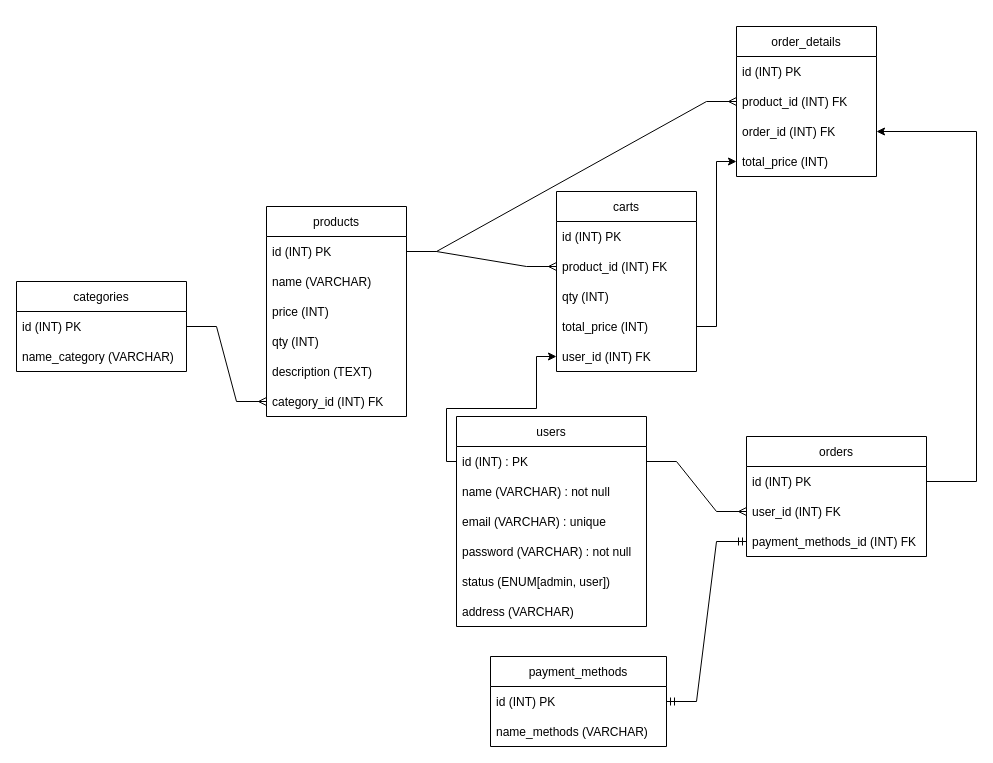
Above: ERD.drawio in ademawan/Back-End-Ecommers (draw.io), before the change. Source tidied: cells renumbered, new cells numbered last; positions are measured from the earlier drawing's top-left corner, leaving out a move shared by most shapes. Both pictures are drawn from the tidied source at 100%, with x=0, y=0 at pixel (16, 26).
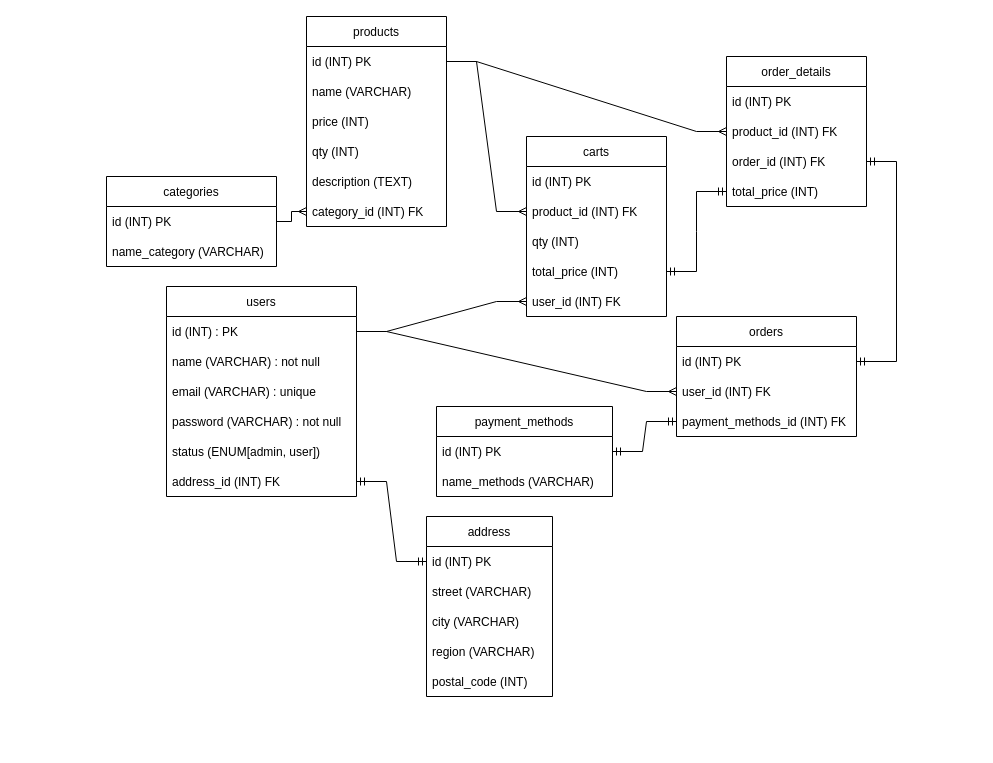
The same page after the edit.

The change refers to these unchanged cells:
```xml
<mxCell id="3" value="id (INT) : PK" style="text;strokeColor=none;fillColor=none;align=left;verticalAlign=middle;spacingLeft=4;spacingRight=4;overflow=hidden;points=[[0,0.5],[1,0.5]];portConstraint=eastwest;" parent="2" vertex="1">
  <mxGeometry y="30" width="190" height="30" as="geometry" />
</mxCell>
<mxCell id="15" value="category_id (INT) FK" style="text;strokeColor=none;fillColor=none;align=left;verticalAlign=middle;spacingLeft=4;spacingRight=4;overflow=hidden;points=[[0,0.5],[1,0.5]];portConstraint=eastwest;" parent="9" vertex="1">
  <mxGeometry y="180" width="140" height="30" as="geometry" />
</mxCell>
<mxCell id="20" value="total_price (INT)" style="text;strokeColor=none;fillColor=none;align=left;verticalAlign=middle;spacingLeft=4;spacingRight=4;overflow=hidden;points=[[0,0.5],[1,0.5]];portConstraint=eastwest;" parent="16" vertex="1">
  <mxGeometry y="120" width="140" height="30" as="geometry" />
</mxCell>
<mxCell id="21" value="user_id (INT) FK" style="text;strokeColor=none;fillColor=none;align=left;verticalAlign=middle;spacingLeft=4;spacingRight=4;overflow=hidden;points=[[0,0.5],[1,0.5]];portConstraint=eastwest;" parent="16" vertex="1">
  <mxGeometry y="150" width="140" height="30" as="geometry" />
</mxCell>
<mxCell id="23" value="id (INT) PK" style="text;strokeColor=none;fillColor=none;align=left;verticalAlign=middle;spacingLeft=4;spacingRight=4;overflow=hidden;points=[[0,0.5],[1,0.5]];portConstraint=eastwest;" parent="22" vertex="1">
  <mxGeometry y="30" width="180" height="30" as="geometry" />
</mxCell>
<mxCell id="25" value="payment_methods_id (INT) FK" style="text;strokeColor=none;fillColor=none;align=left;verticalAlign=middle;spacingLeft=4;spacingRight=4;overflow=hidden;points=[[0,0.5],[1,0.5]];portConstraint=eastwest;" parent="22" vertex="1">
  <mxGeometry y="90" width="180" height="30" as="geometry" />
</mxCell>
<mxCell id="27" value="id (INT) PK" style="text;strokeColor=none;fillColor=none;align=left;verticalAlign=middle;spacingLeft=4;spacingRight=4;overflow=hidden;points=[[0,0.5],[1,0.5]];portConstraint=eastwest;" parent="26" vertex="1">
  <mxGeometry y="30" width="170" height="30" as="geometry" />
</mxCell>
<mxCell id="37" value="order_id (INT) FK" style="text;strokeColor=none;fillColor=none;align=left;verticalAlign=middle;spacingLeft=4;spacingRight=4;overflow=hidden;points=[[0,0.5],[1,0.5]];portConstraint=eastwest;" parent="34" vertex="1">
  <mxGeometry y="90" width="140" height="30" as="geometry" />
</mxCell>
<mxCell id="38" value="total_price (INT)" style="text;strokeColor=none;fillColor=none;align=left;verticalAlign=middle;spacingLeft=4;spacingRight=4;overflow=hidden;points=[[0,0.5],[1,0.5]];portConstraint=eastwest;" parent="34" vertex="1">
  <mxGeometry y="120" width="140" height="30" as="geometry" />
</mxCell>
```

Change to the diagram source:
```diff
@@
     <mxCell id="2" value="users" style="swimlane;fontStyle=0;horizontal=1;startSize=30;" parent="1" vertex="1">
-      <mxGeometry x="440" y="390" width="190" height="210" as="geometry" />
+      <mxGeometry x="150" y="260" width="190" height="210" as="geometry" />
     </mxCell>
@@
-    <mxCell id="8" value="address (VARCHAR)" style="text;strokeColor=none;fillColor=none;align=left;verticalAlign=middle;spacingLeft=4;spacingRight=4;overflow=hidden;points=[[0,0.5],[1,0.5]];portConstraint=eastwest;" parent="2" vertex="1">
+    <mxCell id="8" value="address_id (INT) FK " style="text;strokeColor=none;fillColor=none;align=left;verticalAlign=middle;spacingLeft=4;spacingRight=4;overflow=hidden;points=[[0,0.5],[1,0.5]];portConstraint=eastwest;" parent="2" vertex="1">
       <mxGeometry y="180" width="190" height="30" as="geometry" />
     </mxCell>
     <mxCell id="9" value="products" style="swimlane;fontStyle=0;horizontal=1;startSize=30;" parent="1" vertex="1">
-      <mxGeometry x="250" y="180" width="140" height="210" as="geometry" />
+      <mxGeometry x="290" y="-10" width="140" height="210" as="geometry" />
     </mxCell>
@@
     <mxCell id="16" value="carts" style="swimlane;fontStyle=0;horizontal=1;startSize=30;" parent="1" vertex="1">
-      <mxGeometry x="540" y="165" width="140" height="180" as="geometry" />
+      <mxGeometry x="510" y="110" width="140" height="180" as="geometry" />
     </mxCell>
@@
     <mxCell id="22" value="orders" style="swimlane;fontStyle=0;horizontal=1;startSize=30;" parent="1" vertex="1">
-      <mxGeometry x="730" y="410" width="180" height="120" as="geometry" />
+      <mxGeometry x="660" y="290" width="180" height="120" as="geometry" />
     </mxCell>
@@
     <mxCell id="26" value="categories" style="swimlane;fontStyle=0;horizontal=1;startSize=30;" parent="1" vertex="1">
-      <mxGeometry y="255" width="170" height="90" as="geometry" />
+      <mxGeometry x="90" y="150" width="170" height="90" as="geometry" />
     </mxCell>
@@
-    <mxCell id="30" value="payment_methods" style="swimlane;fontStyle=0;horizontal=1;startSize=30;" parent="1" vertex="1">
-      <mxGeometry x="474" y="630" width="176" height="90" as="geometry" />
+    <mxCell id="30" value="address" style="swimlane;fontStyle=0;horizontal=1;startSize=30;" parent="1" vertex="1">
+      <mxGeometry x="410" y="490" width="126" height="180" as="geometry" />
     </mxCell>
     <mxCell id="31" value="id (INT) PK" style="text;strokeColor=none;fillColor=none;align=left;verticalAlign=middle;spacingLeft=4;spacingRight=4;overflow=hidden;points=[[0,0.5],[1,0.5]];portConstraint=eastwest;" parent="30" vertex="1">
-      <mxGeometry y="30" width="176" height="30" as="geometry" />
+      <mxGeometry y="30" width="126" height="30" as="geometry" />
     </mxCell>
-    <mxCell id="32" value="name_methods (VARCHAR)" style="text;strokeColor=none;fillColor=none;align=left;verticalAlign=middle;spacingLeft=4;spacingRight=4;overflow=hidden;" parent="30" vertex="1">
-      <mxGeometry y="60" width="176" height="30" as="geometry" />
+    <mxCell id="32" value="street (VARCHAR)" style="text;strokeColor=none;fillColor=none;align=left;verticalAlign=middle;spacingLeft=4;spacingRight=4;overflow=hidden;" parent="30" vertex="1">
+      <mxGeometry y="60" width="126" height="30" as="geometry" />
     </mxCell>
+    <mxCell id="45" value="city (VARCHAR)" style="text;strokeColor=none;fillColor=none;align=left;verticalAlign=middle;spacingLeft=4;spacingRight=4;overflow=hidden;" parent="30" vertex="1">
+      <mxGeometry y="90" width="126" height="30" as="geometry" />
+    </mxCell>
+    <mxCell id="46" value="region (VARCHAR)" style="text;strokeColor=none;fillColor=none;align=left;verticalAlign=middle;spacingLeft=4;spacingRight=4;overflow=hidden;" parent="30" vertex="1">
+      <mxGeometry y="120" width="126" height="30" as="geometry" />
+    </mxCell>
+    <mxCell id="47" value="postal_code (INT)" style="text;strokeColor=none;fillColor=none;align=left;verticalAlign=middle;spacingLeft=4;spacingRight=4;overflow=hidden;" parent="30" vertex="1">
+      <mxGeometry y="150" width="126" height="30" as="geometry" />
+    </mxCell>
-    <mxCell id="33" style="edgeStyle=entityRelationEdgeStyle;fontSize=12;html=1;endArrow=ERmandOne;startArrow=ERmandOne;rounded=0;exitX=1;exitY=0.5;exitDx=0;exitDy=0;entryX=0;entryY=0.5;entryDx=0;entryDy=0;" parent="1" edge="1" source="30" target="25">
+    <mxCell id="33" style="edgeStyle=entityRelationEdgeStyle;fontSize=12;html=1;endArrow=ERmandOne;startArrow=ERmandOne;rounded=0;exitX=1;exitY=0.5;exitDx=0;exitDy=0;entryX=0;entryY=0.5;entryDx=0;entryDy=0;" parent="1" edge="1" source="49" target="25">
       <mxGeometry relative="1" as="geometry" />
     </mxCell>
     <mxCell id="34" value="order_details" style="swimlane;fontStyle=0;horizontal=1;startSize=30;" parent="1" vertex="1">
-      <mxGeometry x="720" width="140" height="150" as="geometry" />
+      <mxGeometry x="710" y="30" width="140" height="150" as="geometry" />
     </mxCell>
@@
-    <mxCell id="39" style="edgeStyle=orthogonalEdgeStyle;rounded=0;jettySize=auto;html=1;entryX=0;entryY=0.5;entryDx=0;entryDy=0;" parent="1" edge="1" source="20" target="38">
-      <mxGeometry relative="1" as="geometry" />
-    </mxCell>
-    <mxCell id="40" style="edgeStyle=orthogonalEdgeStyle;rounded=0;jettySize=auto;html=1;entryX=1;entryY=0.5;entryDx=0;entryDy=0;" parent="1" edge="1" source="23" target="37">
-      <mxGeometry relative="1" as="geometry">
-        <Array as="points">
-          <mxPoint x="960" y="455" />
-          <mxPoint x="960" y="105" />
-        </Array>
-      </mxGeometry>
-    </mxCell>
-    <mxCell id="41" style="edgeStyle=orthogonalEdgeStyle;rounded=0;jettySize=auto;html=1;entryX=0;entryY=0.5;entryDx=0;entryDy=0;" parent="1" edge="1" source="3" target="21">
-      <mxGeometry relative="1" as="geometry">
-        <Array as="points">
-          <mxPoint x="430" y="435" />
-          <mxPoint x="430" y="382" />
-          <mxPoint x="520" y="382" />
-          <mxPoint x="520" y="330" />
-        </Array>
-      </mxGeometry>
-    </mxCell>
-    <mxCell id="42" style="edgeStyle=entityRelationEdgeStyle;fontSize=12;html=1;endArrow=ERmany;rounded=0;exitX=1;exitY=0.5;exitDx=0;exitDy=0;entryX=0;entryY=0.5;entryDx=0;entryDy=0;" parent="1" edge="1" source="27" target="15">
+    <mxCell id="42" style="edgeStyle=elbowEdgeStyle;fontSize=12;html=1;endArrow=ERmany;rounded=0;exitX=1;exitY=0.5;exitDx=0;exitDy=0;entryX=0;entryY=0.5;entryDx=0;entryDy=0;" parent="1" edge="1" source="27" target="15">
       <mxGeometry relative="1" as="geometry" />
     </mxCell>
@@
+    <mxCell id="41" style="edgeStyle=entityRelationEdgeStyle;fontSize=12;html=1;endArrow=ERmany;rounded=0;exitX=1;exitY=0.5;exitDx=0;exitDy=0;entryX=0;entryY=0.5;entryDx=0;entryDy=0;" parent="1" edge="1" source="3" target="21">
+      <mxGeometry relative="1" as="geometry" />
+    </mxCell>
+    <mxCell id="39" style="edgeStyle=entityRelationEdgeStyle;fontSize=12;html=1;endArrow=ERmandOne;startArrow=ERmandOne;rounded=0;exitX=1;exitY=0.5;exitDx=0;exitDy=0;entryX=0;entryY=0.5;entryDx=0;entryDy=0;" parent="1" edge="1" source="20" target="38">
+      <mxGeometry relative="1" as="geometry" />
+    </mxCell>
+    <mxCell id="40" style="edgeStyle=elbowEdgeStyle;fontSize=12;html=1;endArrow=ERmandOne;startArrow=ERmandOne;rounded=0;exitX=1;exitY=0.5;exitDx=0;exitDy=0;entryX=1;entryY=0.5;entryDx=0;entryDy=0;" parent="1" edge="1" source="23" target="37">
+      <mxGeometry relative="1" as="geometry">
+        <Array as="points">
+          <mxPoint x="880" y="150" />
+        </Array>
+      </mxGeometry>
+    </mxCell>
+    <mxCell id="48" value="payment_methods" style="swimlane;fontStyle=0;horizontal=1;startSize=30;" parent="1" vertex="1">
+      <mxGeometry x="420" y="380" width="176" height="90" as="geometry" />
+    </mxCell>
+    <mxCell id="49" value="id (INT) PK" style="text;strokeColor=none;fillColor=none;align=left;verticalAlign=middle;spacingLeft=4;spacingRight=4;overflow=hidden;points=[[0,0.5],[1,0.5]];portConstraint=eastwest;" parent="48" vertex="1">
+      <mxGeometry y="30" width="176" height="30" as="geometry" />
+    </mxCell>
+    <mxCell id="50" value="name_methods (VARCHAR)" style="text;strokeColor=none;fillColor=none;align=left;verticalAlign=middle;spacingLeft=4;spacingRight=4;overflow=hidden;" parent="48" vertex="1">
+      <mxGeometry y="60" width="176" height="30" as="geometry" />
+    </mxCell>
+    <mxCell id="51" style="edgeStyle=entityRelationEdgeStyle;fontSize=12;html=1;endArrow=ERmandOne;startArrow=ERmandOne;rounded=0;exitX=1;exitY=0.5;exitDx=0;exitDy=0;entryX=0;entryY=0.5;entryDx=0;entryDy=0;" parent="1" edge="1" source="8" target="31">
+      <mxGeometry relative="1" as="geometry" />
+    </mxCell>
```
